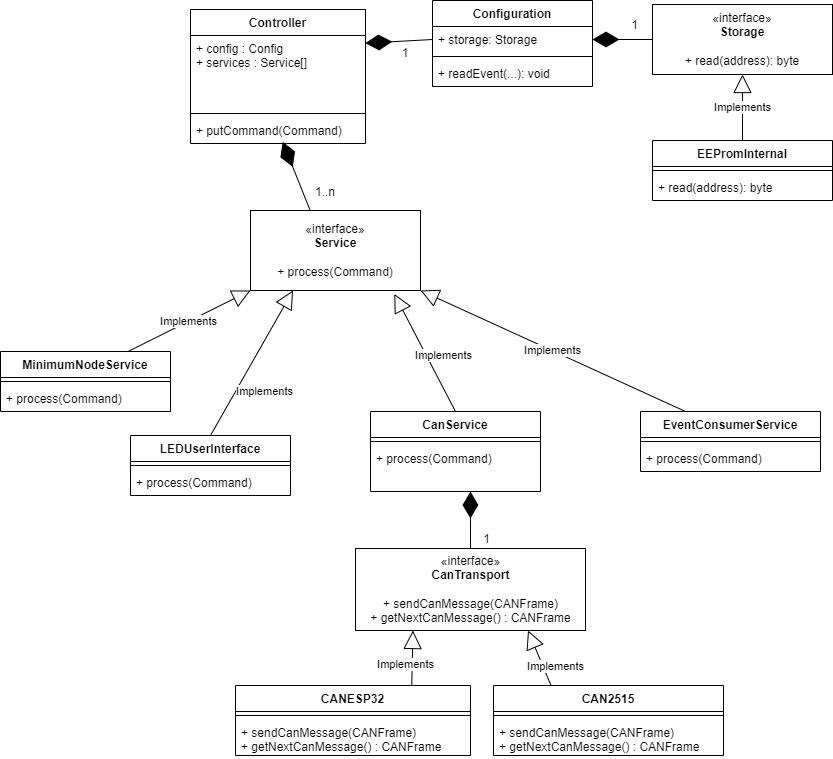
This is docs/VLCB-Arduino-Classes.png from SvenRosvall/VLCB-Arduino, a draw.io export, as it was before one commit. Source tidied: cells renumbered, new cells last; positions are measured from the earlier drawing's top-left corner, leaving out a move shared by most shapes.
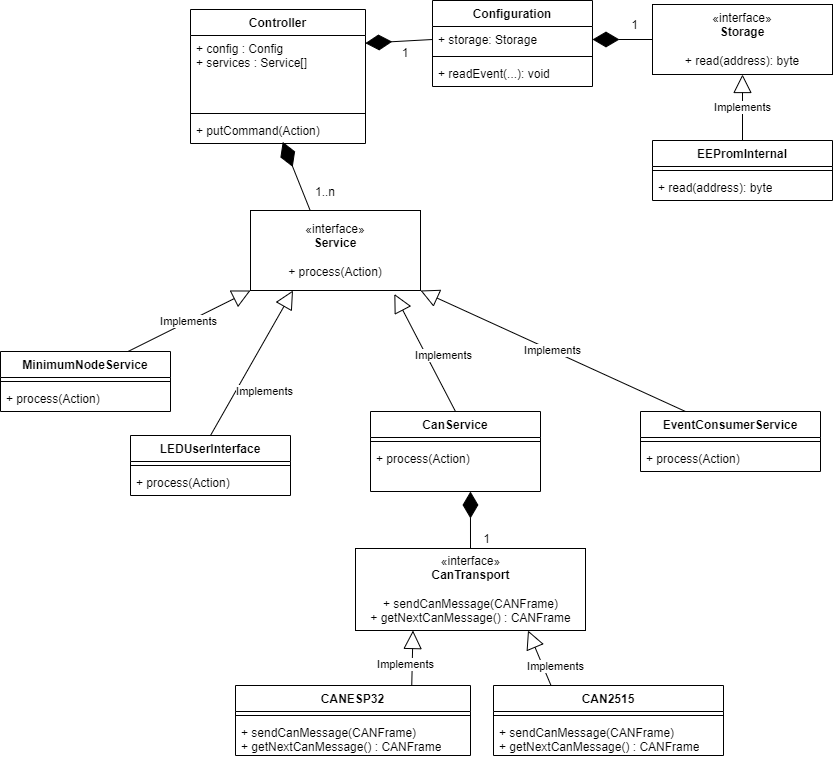
The same diagram one commit later.

Commit message:
Update class diagram to change Command->Action.

What changed in the source:
```diff
@@ -11,7 +11,7 @@
     <mxCell id="4" style="line;strokeWidth=1;fillColor=none;align=left;verticalAlign=middle;spacingTop=-1;spacingLeft=3;spacingRight=3;labelPosition=right;strokeColor=inherit;" parent="2" vertex="1">
       <mxGeometry y="100" width="175" height="8" as="geometry" />
     </mxCell>
-    <mxCell id="5" value="+ putCommand(Command)" style="text;strokeColor=none;fillColor=none;align=left;verticalAlign=top;spacingLeft=4;spacingRight=4;overflow=hidden;points=[[0,0.5],[1,0.5]];portConstraint=eastwest;whiteSpace=wrap;html=1;" parent="2" vertex="1">
+    <mxCell id="5" value="+ putCommand(Action)" style="text;strokeColor=none;fillColor=none;align=left;verticalAlign=top;spacingLeft=4;spacingRight=4;overflow=hidden;points=[[0,0.5],[1,0.5]];portConstraint=eastwest;whiteSpace=wrap;html=1;" parent="2" vertex="1">
       <mxGeometry y="108" width="175" height="26" as="geometry" />
     </mxCell>
     <mxCell id="6" value="CAN2515" style="swimlane;fontStyle=1;align=center;verticalAlign=top;horizontal=1;startSize=26;whiteSpace=wrap;html=1;" parent="1" vertex="1">
@@ -38,7 +38,7 @@
     <mxCell id="13" value="Implements" style="endArrow=block;endSize=16;endFill=0;html=1;rounded=0;exitX=0.75;exitY=0;exitDx=0;exitDy=0;entryX=0.25;entryY=1;entryDx=0;entryDy=0;" parent="1" edge="1" source="9" target="48">
       <mxGeometry x="-0.23" y="7" relative="1" as="geometry" />
     </mxCell>
-    <mxCell id="14" value="«interface»&lt;br&gt;&lt;b&gt;Service&lt;br&gt;&lt;br&gt;&lt;/b&gt;+ process(Command)&lt;b&gt;&lt;br&gt;&lt;/b&gt;" style="html=1;whiteSpace=wrap;" parent="1" vertex="1">
+    <mxCell id="14" value="«interface»&lt;br&gt;&lt;b&gt;Service&lt;br&gt;&lt;br&gt;&lt;/b&gt;+ process(&lt;span style=&quot;text-align: left;&quot;&gt;Action&lt;/span&gt;)&lt;b&gt;&lt;br&gt;&lt;/b&gt;" style="html=1;whiteSpace=wrap;" parent="1" vertex="1">
       <mxGeometry x="250" y="210" width="170" height="80" as="geometry" />
     </mxCell>
     <mxCell id="15" value="MinimumNodeService" style="swimlane;fontStyle=1;align=center;verticalAlign=top;horizontal=1;startSize=26;whiteSpace=wrap;html=1;" parent="1" vertex="1">
@@ -47,7 +47,7 @@
     <mxCell id="16" style="line;strokeWidth=1;fillColor=none;align=left;verticalAlign=middle;spacingTop=-1;spacingLeft=3;spacingRight=3;labelPosition=right;strokeColor=inherit;" parent="15" vertex="1">
       <mxGeometry y="26" width="170" height="8" as="geometry" />
     </mxCell>
-    <mxCell id="17" value="+&amp;nbsp;&lt;span style=&quot;text-align: center;&quot;&gt;process(Command)&lt;/span&gt;" style="text;strokeColor=none;fillColor=none;align=left;verticalAlign=top;spacingLeft=4;spacingRight=4;overflow=hidden;whiteSpace=wrap;html=1;" parent="15" vertex="1">
+    <mxCell id="17" value="+&amp;nbsp;&lt;span style=&quot;text-align: center;&quot;&gt;process(&lt;/span&gt;Action&lt;span style=&quot;text-align: center;&quot;&gt;)&lt;/span&gt;" style="text;strokeColor=none;fillColor=none;align=left;verticalAlign=top;spacingLeft=4;spacingRight=4;overflow=hidden;whiteSpace=wrap;html=1;" parent="15" vertex="1">
       <mxGeometry y="34" width="170" height="26" as="geometry" />
     </mxCell>
     <mxCell id="18" value="Implements" style="endArrow=block;endSize=16;endFill=0;html=1;rounded=0;entryX=0;entryY=1;entryDx=0;entryDy=0;exitX=0.75;exitY=0;exitDx=0;exitDy=0;" parent="1" edge="1" source="15" target="14">
@@ -59,7 +59,7 @@
     <mxCell id="20" style="line;strokeWidth=1;fillColor=none;align=left;verticalAlign=middle;spacingTop=-1;spacingLeft=3;spacingRight=3;labelPosition=right;strokeColor=inherit;" parent="19" vertex="1">
       <mxGeometry y="26" width="180" height="8" as="geometry" />
     </mxCell>
-    <mxCell id="21" value="+&amp;nbsp;&lt;span style=&quot;text-align: center;&quot;&gt;process(Command)&lt;/span&gt;" style="text;strokeColor=none;fillColor=none;align=left;verticalAlign=top;spacingLeft=4;spacingRight=4;overflow=hidden;whiteSpace=wrap;html=1;" parent="19" vertex="1">
+    <mxCell id="21" value="+&amp;nbsp;&lt;span style=&quot;text-align: center;&quot;&gt;process(&lt;/span&gt;Action&lt;span style=&quot;text-align: center;&quot;&gt;)&lt;/span&gt;" style="text;strokeColor=none;fillColor=none;align=left;verticalAlign=top;spacingLeft=4;spacingRight=4;overflow=hidden;whiteSpace=wrap;html=1;" parent="19" vertex="1">
       <mxGeometry y="34" width="180" height="26" as="geometry" />
     </mxCell>
     <mxCell id="22" value="Implements" style="endArrow=block;endSize=16;endFill=0;html=1;rounded=0;exitX=0.25;exitY=0;exitDx=0;exitDy=0;entryX=1;entryY=1;entryDx=0;entryDy=0;" parent="1" edge="1" source="19" target="14">
@@ -110,7 +110,7 @@
     <mxCell id="37" style="line;strokeWidth=1;fillColor=none;align=left;verticalAlign=middle;spacingTop=-1;spacingLeft=3;spacingRight=3;labelPosition=right;strokeColor=inherit;" parent="36" vertex="1">
       <mxGeometry y="26" width="160" height="8" as="geometry" />
     </mxCell>
-    <mxCell id="38" value="+ process(Command)" style="text;strokeColor=none;fillColor=none;align=left;verticalAlign=top;spacingLeft=4;spacingRight=4;overflow=hidden;" parent="36" vertex="1">
+    <mxCell id="38" value="+ process(Action)" style="text;strokeColor=none;fillColor=none;align=left;verticalAlign=top;spacingLeft=4;spacingRight=4;overflow=hidden;" parent="36" vertex="1">
       <mxGeometry y="34" width="160" height="26" as="geometry" />
     </mxCell>
     <mxCell id="39" value="Implements" style="endArrow=block;endSize=16;endFill=0;html=1;rounded=0;exitX=0.5;exitY=0;exitDx=0;exitDy=0;entryX=0.25;entryY=1;entryDx=0;entryDy=0;" parent="1" edge="1" source="36" target="14">
@@ -131,7 +131,7 @@
     <mxCell id="44" style="line;strokeWidth=1;fillColor=none;align=left;verticalAlign=middle;spacingTop=-1;spacingLeft=3;spacingRight=3;labelPosition=right;strokeColor=inherit;" parent="43" vertex="1">
       <mxGeometry y="26" width="170" height="8" as="geometry" />
     </mxCell>
-    <mxCell id="45" value="+ process(Command)" style="text;strokeColor=none;fillColor=none;align=left;verticalAlign=top;spacingLeft=4;spacingRight=4;overflow=hidden;points=[[0,0.5],[1,0.5]];portConstraint=eastwest;" parent="43" vertex="1">
+    <mxCell id="45" value="+ process(Action)" style="text;strokeColor=none;fillColor=none;align=left;verticalAlign=top;spacingLeft=4;spacingRight=4;overflow=hidden;points=[[0,0.5],[1,0.5]];portConstraint=eastwest;" parent="43" vertex="1">
       <mxGeometry y="34" width="170" height="46" as="geometry" />
     </mxCell>
     <mxCell id="46" style="endArrow=diamondThin;endFill=1;endSize=24;html=1;rounded=0;exitX=0.5;exitY=0;exitDx=0;exitDy=0;entryX=0.588;entryY=1;entryDx=0;entryDy=0;entryPerimeter=0;" parent="1" edge="1" source="48" target="45">
```
